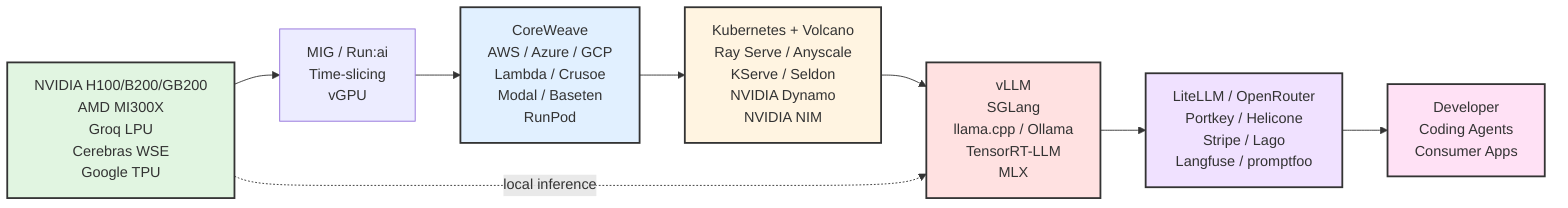
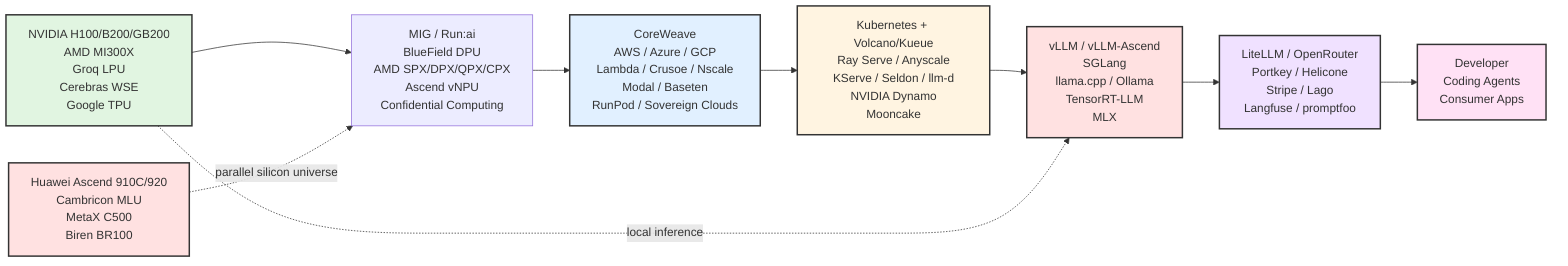
graph LR
    %% Layer 1: Hardware
    HW[NVIDIA H100/B200/GB200<br/>AMD MI300X<br/>Groq LPU<br/>Cerebras WSE<br/>Google TPU]
+     CHN_HW[Huawei Ascend 910C/920<br/>Cambricon MLU<br/>MetaX C500<br/>Biren BR100]

    %% Layer 2: Virtualization & Cloud
-     VIRT[MIG / Run:ai<br/>Time-slicing<br/>vGPU]
-     CLOUD[CoreWeave<br/>AWS / Azure / GCP<br/>Lambda / Crusoe<br/>Modal / Baseten<br/>RunPod]
+     VIRT[MIG / Run:ai<br/>BlueField DPU<br/>AMD SPX/DPX/QPX/CPX<br/>Ascend vNPU<br/>Confidential Computing]
+     CLOUD[CoreWeave<br/>AWS / Azure / GCP<br/>Lambda / Crusoe / Nscale<br/>Modal / Baseten<br/>RunPod / Sovereign Clouds]

    %% Layer 3: Orchestration
-     ORCH[Kubernetes + Volcano<br/>Ray Serve / Anyscale<br/>KServe / Seldon<br/>NVIDIA Dynamo<br/>NVIDIA NIM]
+     ORCH[Kubernetes + Volcano/Kueue<br/>Ray Serve / Anyscale<br/>KServe / Seldon / llm-d<br/>NVIDIA Dynamo<br/>Mooncake]

    %% Layer 4: Inference Engines
-     ENGINE[vLLM<br/>SGLang<br/>llama.cpp / Ollama<br/>TensorRT-LLM<br/>MLX]
+     ENGINE[vLLM / vLLM-Ascend<br/>SGLang<br/>llama.cpp / Ollama<br/>TensorRT-LLM<br/>MLX]

    %% Layer 5: Application & Control Plane
    APP[LiteLLM / OpenRouter<br/>Portkey / Helicone<br/>Stripe / Lago<br/>Langfuse / promptfoo]

    %% End User
    USER[Developer<br/>Coding Agents<br/>Consumer Apps]

    HW --> VIRT
+     CHN_HW -.->|parallel silicon universe| VIRT
    VIRT --> CLOUD
    CLOUD --> ORCH
    ORCH --> ENGINE
    ENGINE --> APP
    APP --> USER

    %% Edge bypass
    HW -.->|local inference| ENGINE

    style HW fill:#e1f5e1,stroke:#333,stroke-width:2px
+     style CHN_HW fill:#ffe1e1,stroke:#333,stroke-width:2px
    style CLOUD fill:#e1f0ff,stroke:#333,stroke-width:2px
    style ORCH fill:#fff4e1,stroke:#333,stroke-width:2px
    style ENGINE fill:#ffe1e1,stroke:#333,stroke-width:2px
    style APP fill:#f0e1ff,stroke:#333,stroke-width:2px
    style USER fill:#ffe1f5,stroke:#333,stroke-width:2px
